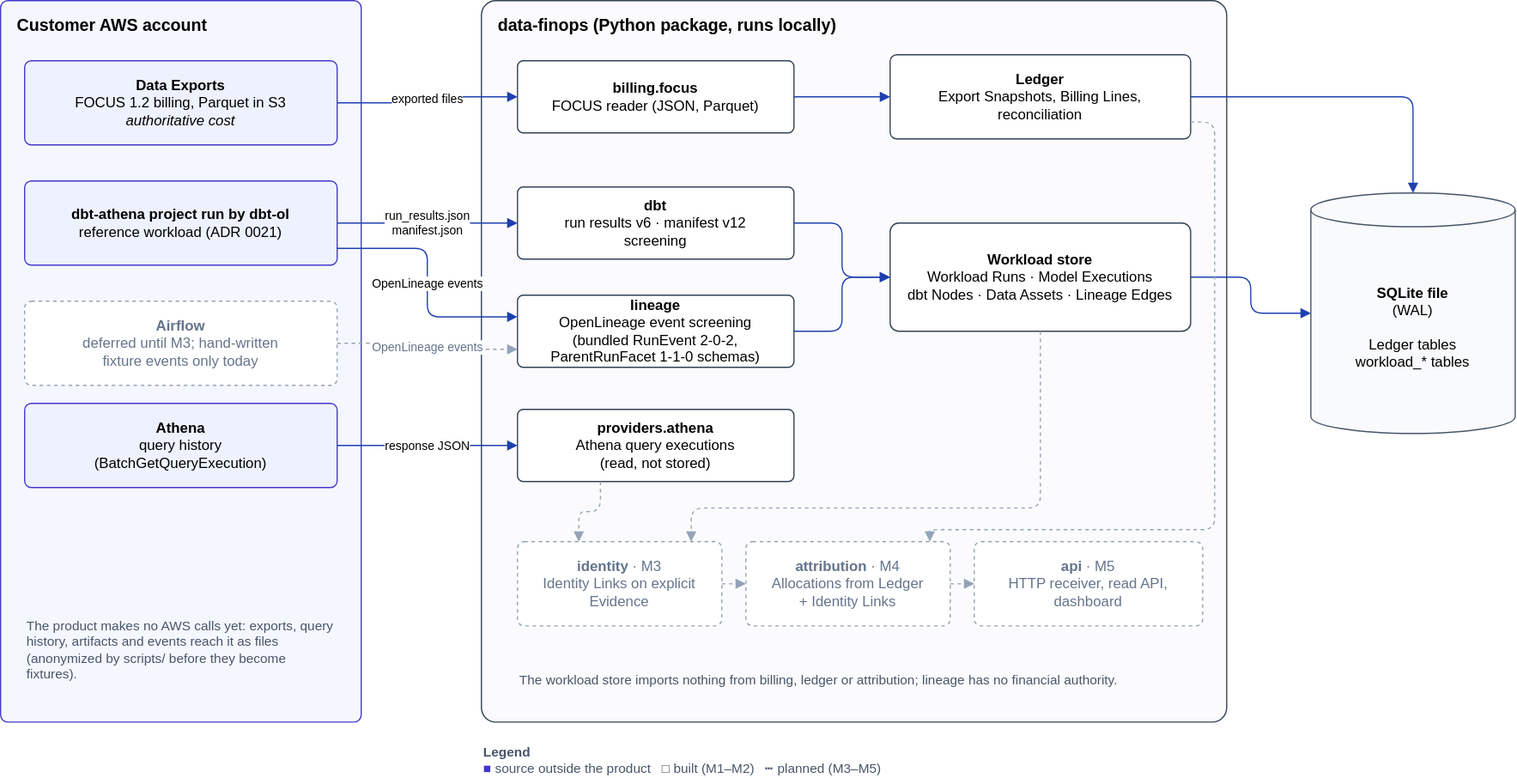
Before: docs/architecture/system-context.drawio.svg, a diagram exported from draw.io (apmalong/data-finops). Source tidied: cells renumbered, new cells last; positions are measured from the earlier drawing's top-left corner, leaving out a move shared by most shapes.
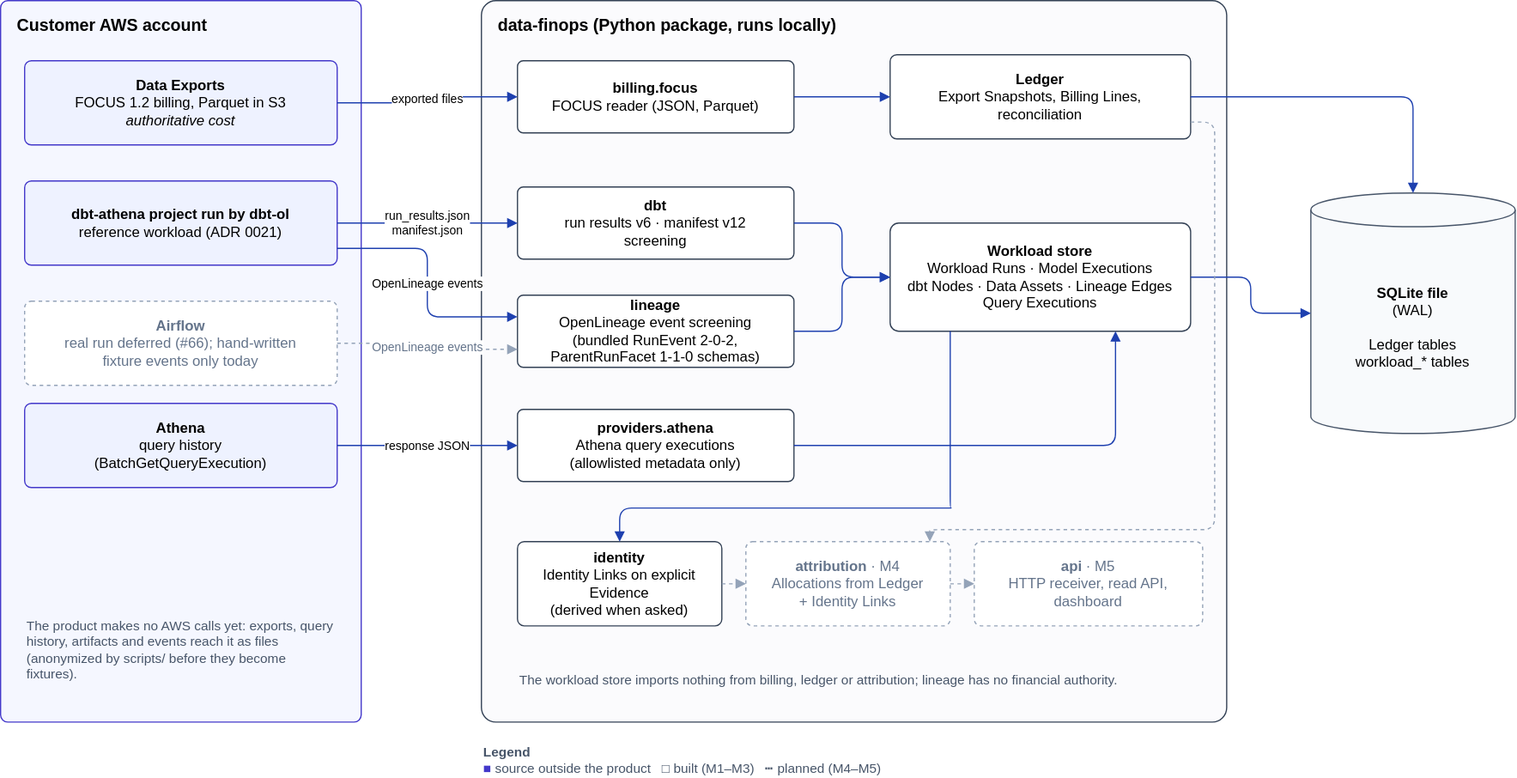
The same file after the commit.

Commit message:
M3 exit review fixes: prove every progress claim; system context drawn as built

Diff of the diagram source:
```diff
@@ -17,7 +17,7 @@
     <mxCell id="6" value="&lt;b&gt;dbt-athena project run by dbt-ol&lt;/b&gt;&lt;br&gt;reference workload (ADR 0021)" style="fontFamily=Helvetica;fontSize=12;whiteSpace=wrap;html=1;rounded=1;arcSize=8;fillColor=#eef2ff;strokeColor=#4338ca;" parent="1" vertex="1">
       <mxGeometry x="20" y="150" width="260" height="70" as="geometry" />
     </mxCell>
-    <mxCell id="7" value="&lt;b&gt;Airflow&lt;/b&gt;&lt;br&gt;deferred until M3; hand-written&lt;br&gt;fixture events only today" style="fontFamily=Helvetica;fontSize=12;whiteSpace=wrap;html=1;rounded=1;arcSize=8;fillColor=#ffffff;strokeColor=#94a3b8;dashed=1;fontColor=#64748b;" parent="1" vertex="1">
+    <mxCell id="7" value="&lt;b&gt;Airflow&lt;/b&gt;&lt;br&gt;real run deferred (#66); hand-written&lt;br&gt;fixture events only today" style="fontFamily=Helvetica;fontSize=12;whiteSpace=wrap;html=1;rounded=1;arcSize=8;fillColor=#ffffff;strokeColor=#94a3b8;dashed=1;fontColor=#64748b;" parent="1" vertex="1">
       <mxGeometry x="20" y="250" width="260" height="70" as="geometry" />
     </mxCell>
     <mxCell id="8" value="The product makes no AWS calls yet: exports, query history, artifacts and events reach it as files (anonymized by scripts/ before they become fixtures)." style="fontFamily=Helvetica;fontSize=11;html=1;whiteSpace=wrap;align=left;strokeColor=none;fillColor=none;fontColor=#475569;" parent="1" vertex="1">
@@ -35,13 +35,13 @@
     <mxCell id="12" value="&lt;b&gt;dbt&lt;/b&gt;&lt;br&gt;run results v6 · manifest v12&lt;br&gt;screening" style="fontFamily=Helvetica;fontSize=12;whiteSpace=wrap;html=1;rounded=1;arcSize=8;fillColor=#ffffff;strokeColor=#334155;" parent="1" vertex="1">
       <mxGeometry x="430" y="155" width="230" height="60" as="geometry" />
     </mxCell>
-    <mxCell id="13" value="&lt;b&gt;Workload store&lt;/b&gt;&lt;br&gt;Workload Runs · Model Executions&lt;br&gt;dbt Nodes · Data Assets · Lineage Edges" style="fontFamily=Helvetica;fontSize=12;whiteSpace=wrap;html=1;rounded=1;arcSize=8;fillColor=#ffffff;strokeColor=#334155;" parent="1" vertex="1">
+    <mxCell id="13" value="&lt;b&gt;Workload store&lt;/b&gt;&lt;br&gt;Workload Runs · Model Executions&lt;br&gt;dbt Nodes · Data Assets · Lineage Edges&lt;br&gt;Query Executions" style="fontFamily=Helvetica;fontSize=12;whiteSpace=wrap;html=1;rounded=1;arcSize=8;fillColor=#ffffff;strokeColor=#334155;" parent="1" vertex="1">
       <mxGeometry x="740" y="185" width="250" height="90" as="geometry" />
     </mxCell>
-    <mxCell id="14" value="&lt;b&gt;providers.athena&lt;/b&gt;&lt;br&gt;Athena query executions&lt;br&gt;(read, not stored)" style="fontFamily=Helvetica;fontSize=12;whiteSpace=wrap;html=1;rounded=1;arcSize=8;fillColor=#ffffff;strokeColor=#334155;" parent="1" vertex="1">
+    <mxCell id="14" value="&lt;b&gt;providers.athena&lt;/b&gt;&lt;br&gt;Athena query executions&lt;br&gt;(allowlisted metadata only)" style="fontFamily=Helvetica;fontSize=12;whiteSpace=wrap;html=1;rounded=1;arcSize=8;fillColor=#ffffff;strokeColor=#334155;" parent="1" vertex="1">
       <mxGeometry x="430" y="340" width="230" height="60" as="geometry" />
     </mxCell>
-    <mxCell id="15" value="&lt;b&gt;identity&lt;/b&gt; · M3&lt;br&gt;Identity Links on explicit Evidence" style="fontFamily=Helvetica;fontSize=12;whiteSpace=wrap;html=1;rounded=1;arcSize=8;fillColor=#ffffff;strokeColor=#94a3b8;dashed=1;fontColor=#64748b;" parent="1" vertex="1">
+    <mxCell id="15" value="&lt;b&gt;identity&lt;/b&gt;&lt;br&gt;Identity Links on explicit Evidence&lt;br&gt;(derived when asked)" style="fontFamily=Helvetica;fontSize=12;whiteSpace=wrap;html=1;rounded=1;arcSize=8;fillColor=#ffffff;strokeColor=#334155;" parent="1" vertex="1">
       <mxGeometry x="430" y="450" width="170" height="70" as="geometry" />
     </mxCell>
     <mxCell id="16" value="&lt;b&gt;attribution&lt;/b&gt; · M4&lt;br&gt;Allocations from Ledger&lt;br&gt;+ Identity Links" style="fontFamily=Helvetica;fontSize=12;whiteSpace=wrap;html=1;rounded=1;arcSize=8;fillColor=#ffffff;strokeColor=#94a3b8;dashed=1;fontColor=#64748b;" parent="1" vertex="1">
@@ -86,14 +86,14 @@
     <mxCell id="29" style="edgeStyle=orthogonalEdgeStyle;rounded=1;html=1;fontFamily=Helvetica;fontSize=10;strokeColor=#1e40af;endArrow=block;endFill=1;labelBackgroundColor=#ffffff;" parent="1" edge="1" source="13" target="19">
       <mxGeometry relative="1" as="geometry" />
     </mxCell>
-    <mxCell id="30" style="edgeStyle=orthogonalEdgeStyle;rounded=1;html=1;fontFamily=Helvetica;fontSize=10;strokeColor=#1e40af;endArrow=block;endFill=1;labelBackgroundColor=#ffffff;dashed=1;strokeColor=#94a3b8;fontColor=#64748b;exitX=0.3;exitY=1;entryX=0.3;entryY=0;" parent="1" edge="1" source="14" target="15">
+    <mxCell id="30" style="edgeStyle=orthogonalEdgeStyle;rounded=1;html=1;fontFamily=Helvetica;fontSize=10;strokeColor=#1e40af;endArrow=block;endFill=1;labelBackgroundColor=#ffffff;exitX=1;exitY=0.5;entryX=0.75;entryY=1;" parent="1" edge="1" source="14" target="13">
       <mxGeometry relative="1" as="geometry" />
     </mxCell>
-    <mxCell id="31" style="edgeStyle=orthogonalEdgeStyle;rounded=1;html=1;fontFamily=Helvetica;fontSize=10;strokeColor=#1e40af;endArrow=block;endFill=1;labelBackgroundColor=#ffffff;dashed=1;strokeColor=#94a3b8;fontColor=#64748b;exitX=0.5;exitY=1;entryX=0.85;entryY=0;" parent="1" edge="1" source="13" target="15">
+    <mxCell id="31" style="edgeStyle=orthogonalEdgeStyle;rounded=1;html=1;fontFamily=Helvetica;fontSize=10;strokeColor=#1e40af;endArrow=block;endFill=1;labelBackgroundColor=#ffffff;exitX=0.2;exitY=1;entryX=0.5;entryY=0;" parent="1" edge="1" source="13" target="15">
       <mxGeometry relative="1" as="geometry">
         <Array as="points">
-          <mxPoint x="865" y="422" />
-          <mxPoint x="574" y="422" />
+          <mxPoint x="791" y="422" />
+          <mxPoint x="521" y="422" />
         </Array>
       </mxGeometry>
     </mxCell>
@@ -112,7 +112,7 @@
     <mxCell id="34" style="edgeStyle=orthogonalEdgeStyle;rounded=1;html=1;fontFamily=Helvetica;fontSize=10;strokeColor=#1e40af;endArrow=block;endFill=1;labelBackgroundColor=#ffffff;dashed=1;strokeColor=#94a3b8;fontColor=#64748b;" parent="1" edge="1" source="16" target="17">
       <mxGeometry relative="1" as="geometry" />
     </mxCell>
-    <mxCell id="35" value="&lt;b&gt;Legend&lt;/b&gt;&lt;br&gt;&lt;span style=&quot;color:#4338ca&quot;&gt;■&lt;/span&gt; source outside the product &amp;nbsp; &lt;b&gt;□&lt;/b&gt; built (M1–M2) &amp;nbsp; ┅ planned (M3–M5)" style="fontFamily=Helvetica;fontSize=11;html=1;whiteSpace=wrap;align=left;strokeColor=none;fillColor=none;fontColor=#475569;" parent="1" vertex="1">
+    <mxCell id="35" value="&lt;b&gt;Legend&lt;/b&gt;&lt;br&gt;&lt;span style=&quot;color:#4338ca&quot;&gt;■&lt;/span&gt; source outside the product &amp;nbsp; &lt;b&gt;□&lt;/b&gt; built (M1–M3) &amp;nbsp; ┅ planned (M4–M5)" style="fontFamily=Helvetica;fontSize=11;html=1;whiteSpace=wrap;align=left;strokeColor=none;fillColor=none;fontColor=#475569;" parent="1" vertex="1">
       <mxGeometry x="400" y="620" width="620" height="24" as="geometry" />
     </mxCell>
   </root>
```
